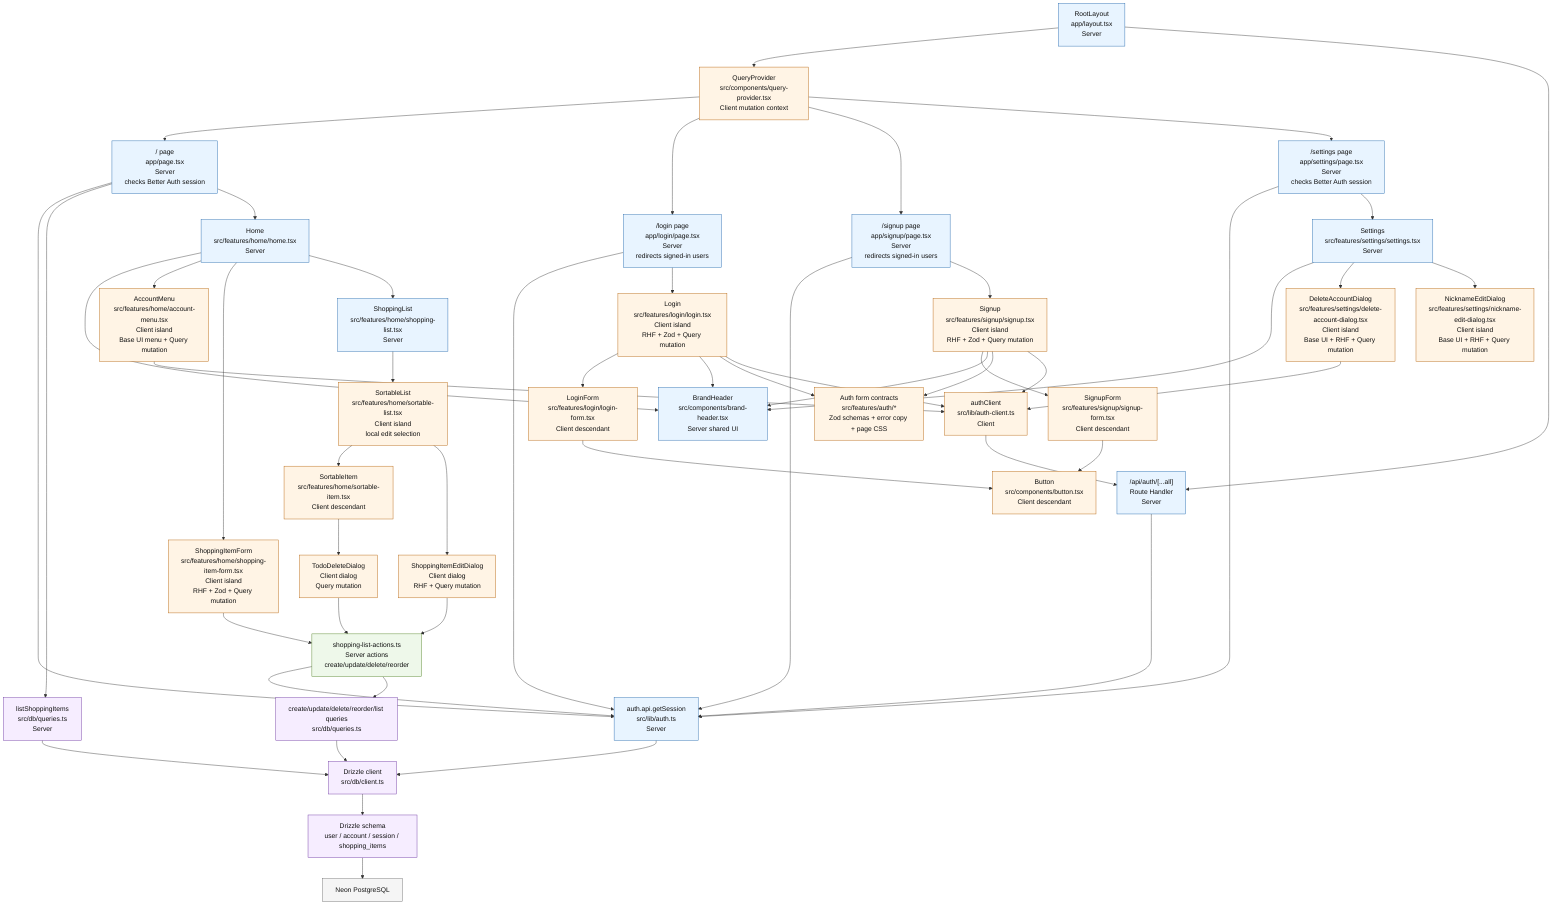
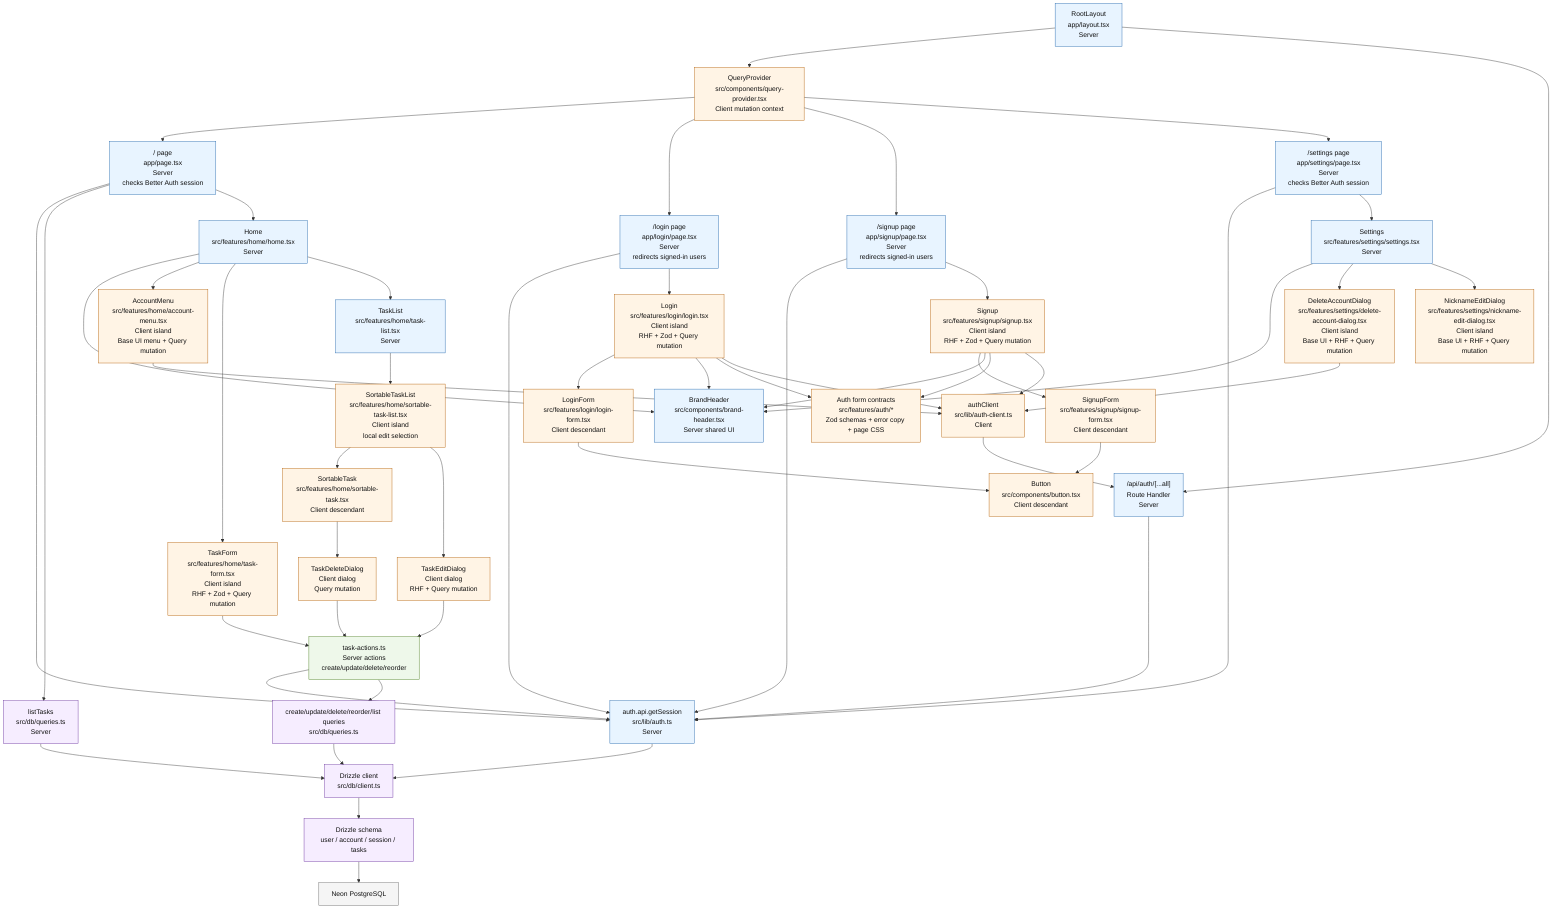
flowchart TD
  %% Current Next.js App Router component composition.
  %% Blue = Server Component / server code, Orange = Client Component, Green = server action, Purple = data layer.

  Root["RootLayout<br/>app/layout.tsx<br/>Server"]:::server
  Root --> QueryProvider["QueryProvider<br/>src/components/query-provider.tsx<br/>Client mutation context"]:::client

  QueryProvider --> HomeRoute["/ page<br/>app/page.tsx<br/>Server<br/>checks Better Auth session"]:::server
  QueryProvider --> LoginRoute["/login page<br/>app/login/page.tsx<br/>Server<br/>redirects signed-in users"]:::server
  QueryProvider --> SignUpRoute["/signup page<br/>app/signup/page.tsx<br/>Server<br/>redirects signed-in users"]:::server
  QueryProvider --> SettingsRoute["/settings page<br/>app/settings/page.tsx<br/>Server<br/>checks Better Auth session"]:::server
  Root --> AuthRoute["/api/auth/[...all]<br/>Route Handler<br/>Server"]:::server

  HomeRoute --> AuthServer["auth.api.getSession<br/>src/lib/auth.ts<br/>Server"]:::server
-   HomeRoute --> ListQuery["listShoppingItems<br/>src/db/queries.ts<br/>Server"]:::data
+   HomeRoute --> ListQuery["listTasks<br/>src/db/queries.ts<br/>Server"]:::data
  HomeRoute --> Home["Home<br/>src/features/home/home.tsx<br/>Server"]:::server
  Home --> BrandHeader["BrandHeader<br/>src/components/brand-header.tsx<br/>Server shared UI"]:::server

  Home --> AccountMenu["AccountMenu<br/>src/features/home/account-menu.tsx<br/>Client island<br/>Base UI menu + Query mutation"]:::client
-   Home --> ShoppingItemForm["ShoppingItemForm<br/>src/features/home/shopping-item-form.tsx<br/>Client island<br/>RHF + Zod + Query mutation"]:::client
-   Home --> ShoppingList["ShoppingList<br/>src/features/home/shopping-list.tsx<br/>Server"]:::server
+   Home --> TaskForm["TaskForm<br/>src/features/home/task-form.tsx<br/>Client island<br/>RHF + Zod + Query mutation"]:::client
+   Home --> TaskList["TaskList<br/>src/features/home/task-list.tsx<br/>Server"]:::server

-   ShoppingItemForm --> ItemActions["shopping-list-actions.ts<br/>Server actions<br/>create/update/delete/reorder"]:::action
-   ShoppingList --> SortableList["SortableList<br/>src/features/home/sortable-list.tsx<br/>Client island<br/>local edit selection"]:::client
-   SortableList --> SortableItem["SortableItem<br/>src/features/home/sortable-item.tsx<br/>Client descendant"]:::client
-   SortableList --> ShoppingItemEditDialog["ShoppingItemEditDialog<br/>Client dialog<br/>RHF + Query mutation"]:::client
-   SortableItem --> TodoDeleteDialog["TodoDeleteDialog<br/>Client dialog<br/>Query mutation"]:::client
-   TodoDeleteDialog --> ItemActions
-   ShoppingItemEditDialog --> ItemActions
+   TaskForm --> TaskActions["task-actions.ts<br/>Server actions<br/>create/update/delete/reorder"]:::action
+   TaskList --> SortableTaskList["SortableTaskList<br/>src/features/home/sortable-task-list.tsx<br/>Client island<br/>local edit selection"]:::client
+   SortableTaskList --> SortableTask["SortableTask<br/>src/features/home/sortable-task.tsx<br/>Client descendant"]:::client
+   SortableTaskList --> TaskEditDialog["TaskEditDialog<br/>Client dialog<br/>RHF + Query mutation"]:::client
+   SortableTask --> TaskDeleteDialog["TaskDeleteDialog<br/>Client dialog<br/>Query mutation"]:::client
+   TaskDeleteDialog --> TaskActions
+   TaskEditDialog --> TaskActions

-   ItemActions --> AuthServer
-   ItemActions --> Queries["create/update/delete/reorder/list queries<br/>src/db/queries.ts"]:::data
+   TaskActions --> AuthServer
+   TaskActions --> Queries["create/update/delete/reorder/list queries<br/>src/db/queries.ts"]:::data
  ListQuery --> DbClient["Drizzle client<br/>src/db/client.ts"]:::data
  Queries --> DbClient
  AuthServer --> DbClient
  AuthRoute --> AuthServer

-   DbClient --> Schema["Drizzle schema<br/>user / account / session / shopping_items"]:::data
+   DbClient --> Schema["Drizzle schema<br/>user / account / session / tasks"]:::data
  Schema --> Neon["Neon PostgreSQL"]:::external

  LoginRoute --> AuthServer
  LoginRoute --> Login["Login<br/>src/features/login/login.tsx<br/>Client island<br/>RHF + Zod + Query mutation"]:::client
  Login --> LoginForm["LoginForm<br/>src/features/login/login-form.tsx<br/>Client descendant"]:::client
  Login --> BrandHeader
  Login --> AuthForms["Auth form contracts<br/>src/features/auth/*<br/>Zod schemas + error copy + page CSS"]:::client
  Login --> AuthClient["authClient<br/>src/lib/auth-client.ts<br/>Client"]:::client

  SignUpRoute --> AuthServer
  SignUpRoute --> Signup["Signup<br/>src/features/signup/signup.tsx<br/>Client island<br/>RHF + Zod + Query mutation"]:::client
  Signup --> SignupForm["SignupForm<br/>src/features/signup/signup-form.tsx<br/>Client descendant"]:::client
  Signup --> BrandHeader
  Signup --> AuthForms
  Signup --> AuthClient

  SettingsRoute --> AuthServer
  SettingsRoute --> Settings["Settings<br/>src/features/settings/settings.tsx<br/>Server"]:::server
  Settings --> BrandHeader
  Settings --> DeleteAccountDialog["DeleteAccountDialog<br/>src/features/settings/delete-account-dialog.tsx<br/>Client island<br/>Base UI + RHF + Query mutation"]:::client
  Settings --> NicknameEditDialog["NicknameEditDialog<br/>src/features/settings/nickname-edit-dialog.tsx<br/>Client island<br/>Base UI + RHF + Query mutation"]:::client
  DeleteAccountDialog --> AuthClient

  LoginForm --> Button["Button<br/>src/components/button.tsx<br/>Client descendant"]:::client
  SignupForm --> Button
  AccountMenu --> AuthClient
  AuthClient --> AuthRoute

  classDef server fill:#e8f4ff,stroke:#2166ac,color:#111
  classDef client fill:#fff4e5,stroke:#b45f06,color:#111
  classDef action fill:#eef8ea,stroke:#4f7f22,color:#111
  classDef data fill:#f6edff,stroke:#6a329f,color:#111
  classDef external fill:#f5f5f5,stroke:#666,color:#111
